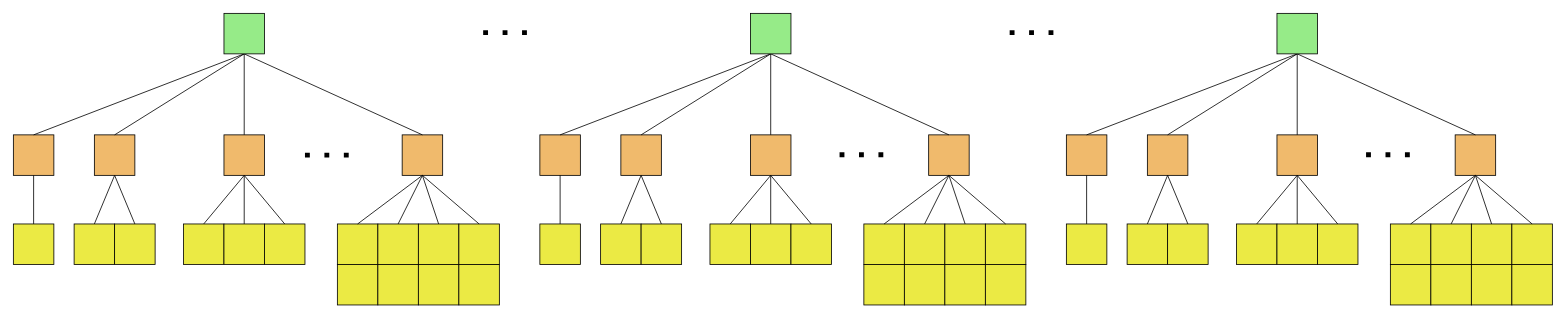
Before: page "ManyTasks" (3 of 27) of en/img/overlap.drawio in MK4H/DPText, a draw.io diagram. Source tidied: cells renumbered, new cells numbered last; positions are measured from the earlier drawing's top-left corner, leaving out a move shared by most shapes. Both pictures are drawn from the tidied source at 81%, with x=0, y=0 at pixel (13, 13).
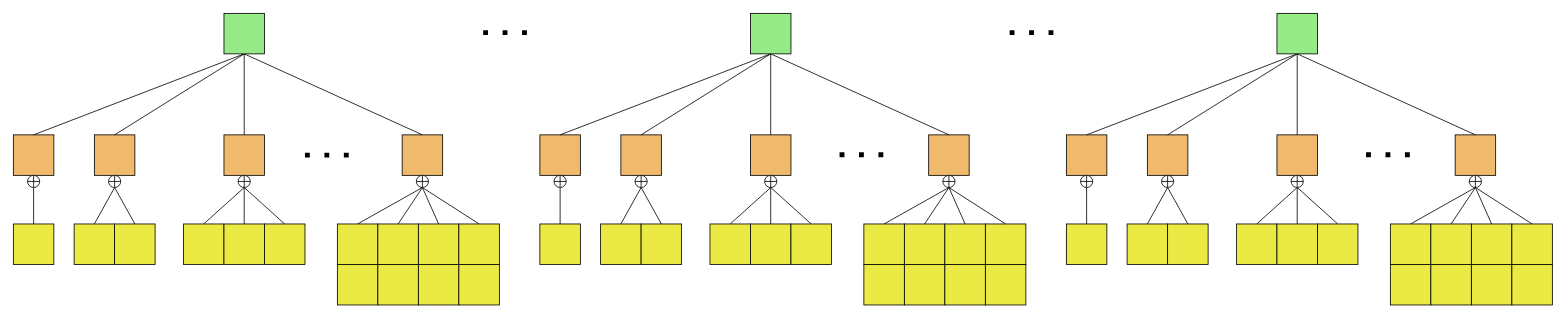
Above is the later version.

The change refers to these unchanged cells:
```xml
<mxCell id="2" style="rounded=0;whiteSpace=wrap;html=1;fillColor=#F0BA6C;" parent="1" vertex="1">
<mxCell id="3" style="rounded=0;whiteSpace=wrap;html=1;fillColor=#F0BA6C;" parent="1" vertex="1">
<mxCell id="4" style="rounded=0;whiteSpace=wrap;html=1;fillColor=#F0BA6C;" parent="1" vertex="1">
<mxCell id="5" style="rounded=0;whiteSpace=wrap;html=1;fillColor=#F0BA6C;" parent="1" vertex="1">
<mxCell id="6" style="rounded=0;whiteSpace=wrap;html=1;fillColor=#EBEA44;" parent="1" vertex="1">
<mxCell id="7" style="rounded=0;whiteSpace=wrap;html=1;fillColor=#EBEA44;" parent="1" vertex="1">
<mxCell id="8" style="rounded=0;whiteSpace=wrap;html=1;fillColor=#EBEA44;" parent="1" vertex="1">
<mxCell id="9" style="rounded=0;whiteSpace=wrap;html=1;fillColor=#EBEA44;" parent="1" vertex="1">
<mxCell id="10" style="rounded=0;whiteSpace=wrap;html=1;fillColor=#EBEA44;" parent="1" vertex="1">
<mxCell id="11" style="rounded=0;whiteSpace=wrap;html=1;fillColor=#EBEA44;" parent="1" vertex="1">
<mxCell id="12" style="rounded=0;whiteSpace=wrap;html=1;fillColor=#EBEA44;" parent="1" vertex="1">
<mxCell id="13" style="rounded=0;whiteSpace=wrap;html=1;fillColor=#EBEA44;" parent="1" vertex="1">
<mxCell id="14" style="rounded=0;whiteSpace=wrap;html=1;fillColor=#EBEA44;" parent="1" vertex="1">
<mxCell id="15" style="rounded=0;whiteSpace=wrap;html=1;fillColor=#EBEA44;" parent="1" vertex="1">
<mxCell id="36" style="rounded=0;whiteSpace=wrap;html=1;fillColor=#F0BA6C;" parent="1" vertex="1">
<mxCell id="37" style="rounded=0;whiteSpace=wrap;html=1;fillColor=#F0BA6C;" parent="1" vertex="1">
<mxCell id="38" style="rounded=0;whiteSpace=wrap;html=1;fillColor=#F0BA6C;" parent="1" vertex="1">
<mxCell id="39" style="rounded=0;whiteSpace=wrap;html=1;fillColor=#F0BA6C;" parent="1" vertex="1">
<mxCell id="40" style="rounded=0;whiteSpace=wrap;html=1;fillColor=#EBEA44;" parent="1" vertex="1">
<mxCell id="41" style="rounded=0;whiteSpace=wrap;html=1;fillColor=#EBEA44;" parent="1" vertex="1">
<mxCell id="42" style="rounded=0;whiteSpace=wrap;html=1;fillColor=#EBEA44;" parent="1" vertex="1">
<mxCell id="43" style="rounded=0;whiteSpace=wrap;html=1;fillColor=#EBEA44;" parent="1" vertex="1">
<mxCell id="44" style="rounded=0;whiteSpace=wrap;html=1;fillColor=#EBEA44;" parent="1" vertex="1">
<mxCell id="45" style="rounded=0;whiteSpace=wrap;html=1;fillColor=#EBEA44;" parent="1" vertex="1">
<mxCell id="46" style="rounded=0;whiteSpace=wrap;html=1;fillColor=#EBEA44;" parent="1" vertex="1">
<mxCell id="47" style="rounded=0;whiteSpace=wrap;html=1;fillColor=#EBEA44;" parent="1" vertex="1">
<mxCell id="48" style="rounded=0;whiteSpace=wrap;html=1;fillColor=#EBEA44;" parent="1" vertex="1">
<mxCell id="49" style="rounded=0;whiteSpace=wrap;html=1;fillColor=#EBEA44;" parent="1" vertex="1">
<mxCell id="69" style="rounded=0;whiteSpace=wrap;html=1;fillColor=#F0BA6C;" parent="1" vertex="1">
<mxCell id="70" style="rounded=0;whiteSpace=wrap;html=1;fillColor=#F0BA6C;" parent="1" vertex="1">
<mxCell id="71" style="rounded=0;whiteSpace=wrap;html=1;fillColor=#F0BA6C;" parent="1" vertex="1">
<mxCell id="72" style="rounded=0;whiteSpace=wrap;html=1;fillColor=#F0BA6C;" parent="1" vertex="1">
<mxCell id="73" style="rounded=0;whiteSpace=wrap;html=1;fillColor=#EBEA44;" parent="1" vertex="1">
<mxCell id="74" style="rounded=0;whiteSpace=wrap;html=1;fillColor=#EBEA44;" parent="1" vertex="1">
<mxCell id="75" style="rounded=0;whiteSpace=wrap;html=1;fillColor=#EBEA44;" parent="1" vertex="1">
<mxCell id="76" style="rounded=0;whiteSpace=wrap;html=1;fillColor=#EBEA44;" parent="1" vertex="1">
<mxCell id="77" style="rounded=0;whiteSpace=wrap;html=1;fillColor=#EBEA44;" parent="1" vertex="1">
<mxCell id="78" style="rounded=0;whiteSpace=wrap;html=1;fillColor=#EBEA44;" parent="1" vertex="1">
<mxCell id="79" style="rounded=0;whiteSpace=wrap;html=1;fillColor=#EBEA44;" parent="1" vertex="1">
<mxCell id="80" style="rounded=0;whiteSpace=wrap;html=1;fillColor=#EBEA44;" parent="1" vertex="1">
<mxCell id="81" style="rounded=0;whiteSpace=wrap;html=1;fillColor=#EBEA44;" parent="1" vertex="1">
<mxCell id="82" style="rounded=0;whiteSpace=wrap;html=1;fillColor=#EBEA44;" parent="1" vertex="1">
```

What changed in the source:
```diff
@@
-    <mxCell id="24" style="endArrow=none;html=1;rounded=0;exitX=0.5;exitY=0;exitDx=0;exitDy=0;entryX=0.5;entryY=1;entryDx=0;entryDy=0;" parent="1" edge="1" source="6" target="2">
+    <mxCell id="24" style="endArrow=none;html=1;rounded=0;exitX=0.5;exitY=0;exitDx=0;exitDy=0;entryX=0.5;entryY=1;entryDx=0;entryDy=0;" parent="1" edge="1" source="6" target="106">
       <mxGeometry relative="1" as="geometry" />
     </mxCell>
-    <mxCell id="25" style="endArrow=none;html=1;rounded=0;exitX=0.5;exitY=0;exitDx=0;exitDy=0;entryX=0.5;entryY=1;entryDx=0;entryDy=0;" parent="1" edge="1" source="7" target="3">
+    <mxCell id="25" style="endArrow=none;html=1;rounded=0;exitX=0.5;exitY=0;exitDx=0;exitDy=0;entryX=0.5;entryY=1;entryDx=0;entryDy=0;startArrow=none;" parent="1" edge="1" source="108" target="3">
       <mxGeometry relative="1" as="geometry" />
     </mxCell>
-    <mxCell id="26" style="endArrow=none;html=1;rounded=0;exitX=0.5;exitY=0;exitDx=0;exitDy=0;entryX=0.5;entryY=1;entryDx=0;entryDy=0;" parent="1" edge="1" source="8" target="3">
+    <mxCell id="26" style="endArrow=none;html=1;rounded=0;exitX=0.5;exitY=0;exitDx=0;exitDy=0;entryX=0.5;entryY=1;entryDx=0;entryDy=0;" parent="1" edge="1" source="8" target="108">
       <mxGeometry relative="1" as="geometry" />
     </mxCell>
-    <mxCell id="27" style="endArrow=none;html=1;rounded=0;exitX=0.5;exitY=0;exitDx=0;exitDy=0;entryX=0.5;entryY=1;entryDx=0;entryDy=0;" parent="1" edge="1" source="9" target="4">
+    <mxCell id="27" style="endArrow=none;html=1;rounded=0;exitX=0.5;exitY=0;exitDx=0;exitDy=0;entryX=0.5;entryY=1;entryDx=0;entryDy=0;" parent="1" edge="1" source="9" target="110">
       <mxGeometry relative="1" as="geometry" />
     </mxCell>
-    <mxCell id="28" style="endArrow=none;html=1;rounded=0;exitX=0.5;exitY=0;exitDx=0;exitDy=0;entryX=0.5;entryY=1;entryDx=0;entryDy=0;" parent="1" edge="1" source="10" target="4">
+    <mxCell id="28" style="endArrow=none;html=1;rounded=0;exitX=0.5;exitY=0;exitDx=0;exitDy=0;entryX=0.5;entryY=1;entryDx=0;entryDy=0;startArrow=none;" parent="1" edge="1" source="110" target="4">
       <mxGeometry relative="1" as="geometry" />
     </mxCell>
-    <mxCell id="29" style="endArrow=none;html=1;rounded=0;exitX=0.5;exitY=0;exitDx=0;exitDy=0;entryX=0.5;entryY=1;entryDx=0;entryDy=0;" parent="1" edge="1" source="11" target="4">
+    <mxCell id="29" style="endArrow=none;html=1;rounded=0;exitX=0.5;exitY=0;exitDx=0;exitDy=0;entryX=0.5;entryY=1;entryDx=0;entryDy=0;" parent="1" edge="1" source="11" target="110">
       <mxGeometry relative="1" as="geometry" />
     </mxCell>
-    <mxCell id="30" style="endArrow=none;html=1;rounded=0;exitX=0.5;exitY=0;exitDx=0;exitDy=0;entryX=0.5;entryY=1;entryDx=0;entryDy=0;" parent="1" edge="1" source="12" target="5">
+    <mxCell id="30" style="endArrow=none;html=1;rounded=0;exitX=0.5;exitY=0;exitDx=0;exitDy=0;entryX=0.5;entryY=1;entryDx=0;entryDy=0;" parent="1" edge="1" source="12" target="112">
       <mxGeometry relative="1" as="geometry" />
     </mxCell>
-    <mxCell id="31" style="endArrow=none;html=1;rounded=0;exitX=0.5;exitY=0;exitDx=0;exitDy=0;entryX=0.5;entryY=1;entryDx=0;entryDy=0;" parent="1" edge="1" source="13" target="5">
+    <mxCell id="31" style="endArrow=none;html=1;rounded=0;exitX=0.5;exitY=0;exitDx=0;exitDy=0;entryX=0.5;entryY=1;entryDx=0;entryDy=0;" parent="1" edge="1" source="13" target="112">
       <mxGeometry relative="1" as="geometry" />
     </mxCell>
-    <mxCell id="32" style="endArrow=none;html=1;rounded=0;exitX=0.5;exitY=0;exitDx=0;exitDy=0;entryX=0.5;entryY=1;entryDx=0;entryDy=0;" parent="1" edge="1" source="14" target="5">
+    <mxCell id="32" style="endArrow=none;html=1;rounded=0;exitX=0.5;exitY=0;exitDx=0;exitDy=0;entryX=0.5;entryY=1;entryDx=0;entryDy=0;startArrow=none;" parent="1" edge="1" source="112" target="5">
       <mxGeometry relative="1" as="geometry" />
     </mxCell>
-    <mxCell id="33" style="endArrow=none;html=1;rounded=0;exitX=0.5;exitY=0;exitDx=0;exitDy=0;entryX=0.5;entryY=1;entryDx=0;entryDy=0;" parent="1" edge="1" source="15" target="5">
+    <mxCell id="33" style="endArrow=none;html=1;rounded=0;exitX=0.5;exitY=0;exitDx=0;exitDy=0;entryX=0.5;entryY=1;entryDx=0;entryDy=0;" parent="1" edge="1" source="15" target="112">
       <mxGeometry relative="1" as="geometry" />
     </mxCell>
@@
-    <mxCell id="58" style="endArrow=none;html=1;rounded=0;exitX=0.5;exitY=0;exitDx=0;exitDy=0;entryX=0.5;entryY=1;entryDx=0;entryDy=0;" parent="1" edge="1" source="40" target="36">
+    <mxCell id="58" style="endArrow=none;html=1;rounded=0;exitX=0.5;exitY=0;exitDx=0;exitDy=0;entryX=0.5;entryY=1;entryDx=0;entryDy=0;" parent="1" edge="1" source="40" target="107">
       <mxGeometry relative="1" as="geometry" />
     </mxCell>
-    <mxCell id="59" style="endArrow=none;html=1;rounded=0;exitX=0.5;exitY=0;exitDx=0;exitDy=0;entryX=0.5;entryY=1;entryDx=0;entryDy=0;" parent="1" edge="1" source="41" target="37">
+    <mxCell id="59" style="endArrow=none;html=1;rounded=0;exitX=0.5;exitY=0;exitDx=0;exitDy=0;entryX=0.5;entryY=1;entryDx=0;entryDy=0;startArrow=none;" parent="1" edge="1" source="114" target="37">
       <mxGeometry relative="1" as="geometry" />
     </mxCell>
-    <mxCell id="60" style="endArrow=none;html=1;rounded=0;exitX=0.5;exitY=0;exitDx=0;exitDy=0;entryX=0.5;entryY=1;entryDx=0;entryDy=0;" parent="1" edge="1" source="42" target="37">
+    <mxCell id="60" style="endArrow=none;html=1;rounded=0;exitX=0.5;exitY=0;exitDx=0;exitDy=0;entryX=0.5;entryY=1;entryDx=0;entryDy=0;" parent="1" edge="1" source="42" target="114">
       <mxGeometry relative="1" as="geometry" />
     </mxCell>
-    <mxCell id="61" style="endArrow=none;html=1;rounded=0;exitX=0.5;exitY=0;exitDx=0;exitDy=0;entryX=0.5;entryY=1;entryDx=0;entryDy=0;" parent="1" edge="1" source="43" target="38">
+    <mxCell id="61" style="endArrow=none;html=1;rounded=0;exitX=0.5;exitY=0;exitDx=0;exitDy=0;entryX=0.5;entryY=1;entryDx=0;entryDy=0;" parent="1" edge="1" source="43" target="116">
       <mxGeometry relative="1" as="geometry" />
     </mxCell>
-    <mxCell id="62" style="endArrow=none;html=1;rounded=0;exitX=0.5;exitY=0;exitDx=0;exitDy=0;entryX=0.5;entryY=1;entryDx=0;entryDy=0;" parent="1" edge="1" source="44" target="38">
+    <mxCell id="62" style="endArrow=none;html=1;rounded=0;exitX=0.5;exitY=0;exitDx=0;exitDy=0;entryX=0.5;entryY=1;entryDx=0;entryDy=0;startArrow=none;" parent="1" edge="1" source="116" target="38">
       <mxGeometry relative="1" as="geometry" />
     </mxCell>
-    <mxCell id="63" style="endArrow=none;html=1;rounded=0;exitX=0.5;exitY=0;exitDx=0;exitDy=0;entryX=0.5;entryY=1;entryDx=0;entryDy=0;" parent="1" edge="1" source="45" target="38">
+    <mxCell id="63" style="endArrow=none;html=1;rounded=0;exitX=0.5;exitY=0;exitDx=0;exitDy=0;entryX=0.5;entryY=1;entryDx=0;entryDy=0;" parent="1" edge="1" source="45" target="116">
       <mxGeometry relative="1" as="geometry" />
     </mxCell>
-    <mxCell id="64" style="endArrow=none;html=1;rounded=0;exitX=0.5;exitY=0;exitDx=0;exitDy=0;entryX=0.5;entryY=1;entryDx=0;entryDy=0;" parent="1" edge="1" source="46" target="39">
+    <mxCell id="64" style="endArrow=none;html=1;rounded=0;exitX=0.5;exitY=0;exitDx=0;exitDy=0;entryX=0.5;entryY=1;entryDx=0;entryDy=0;" parent="1" edge="1" source="46" target="118">
       <mxGeometry relative="1" as="geometry" />
     </mxCell>
-    <mxCell id="65" style="endArrow=none;html=1;rounded=0;exitX=0.5;exitY=0;exitDx=0;exitDy=0;entryX=0.5;entryY=1;entryDx=0;entryDy=0;" parent="1" edge="1" source="47" target="39">
+    <mxCell id="65" style="endArrow=none;html=1;rounded=0;exitX=0.5;exitY=0;exitDx=0;exitDy=0;entryX=0.5;entryY=1;entryDx=0;entryDy=0;startArrow=none;" parent="1" edge="1" source="118" target="39">
       <mxGeometry relative="1" as="geometry" />
     </mxCell>
-    <mxCell id="66" style="endArrow=none;html=1;rounded=0;exitX=0.5;exitY=0;exitDx=0;exitDy=0;entryX=0.5;entryY=1;entryDx=0;entryDy=0;" parent="1" edge="1" source="48" target="39">
+    <mxCell id="66" style="endArrow=none;html=1;rounded=0;exitX=0.5;exitY=0;exitDx=0;exitDy=0;entryX=0.5;entryY=1;entryDx=0;entryDy=0;" parent="1" edge="1" source="48" target="118">
       <mxGeometry relative="1" as="geometry" />
     </mxCell>
-    <mxCell id="67" style="endArrow=none;html=1;rounded=0;exitX=0.5;exitY=0;exitDx=0;exitDy=0;entryX=0.5;entryY=1;entryDx=0;entryDy=0;" parent="1" edge="1" source="49" target="39">
+    <mxCell id="67" style="endArrow=none;html=1;rounded=0;exitX=0.5;exitY=0;exitDx=0;exitDy=0;entryX=0.5;entryY=1;entryDx=0;entryDy=0;" parent="1" edge="1" source="49" target="118">
       <mxGeometry relative="1" as="geometry" />
     </mxCell>
@@
-    <mxCell id="91" style="endArrow=none;html=1;rounded=0;exitX=0.5;exitY=0;exitDx=0;exitDy=0;entryX=0.5;entryY=1;entryDx=0;entryDy=0;" parent="1" edge="1" source="73" target="69">
+    <mxCell id="91" style="endArrow=none;html=1;rounded=0;exitX=0.5;exitY=0;exitDx=0;exitDy=0;entryX=0.5;entryY=1;entryDx=0;entryDy=0;startArrow=none;" parent="1" edge="1" source="120" target="69">
       <mxGeometry relative="1" as="geometry" />
     </mxCell>
-    <mxCell id="92" style="endArrow=none;html=1;rounded=0;exitX=0.5;exitY=0;exitDx=0;exitDy=0;entryX=0.5;entryY=1;entryDx=0;entryDy=0;" parent="1" edge="1" source="74" target="70">
+    <mxCell id="92" style="endArrow=none;html=1;rounded=0;exitX=0.5;exitY=0;exitDx=0;exitDy=0;entryX=0.5;entryY=1;entryDx=0;entryDy=0;startArrow=none;" parent="1" edge="1" source="123" target="70">
       <mxGeometry relative="1" as="geometry" />
     </mxCell>
-    <mxCell id="93" style="endArrow=none;html=1;rounded=0;exitX=0.5;exitY=0;exitDx=0;exitDy=0;entryX=0.5;entryY=1;entryDx=0;entryDy=0;" parent="1" edge="1" source="75" target="70">
+    <mxCell id="93" style="endArrow=none;html=1;rounded=0;exitX=0.5;exitY=0;exitDx=0;exitDy=0;entryX=0.5;entryY=1;entryDx=0;entryDy=0;startArrow=none;" parent="1" edge="1" source="123" target="70">
       <mxGeometry relative="1" as="geometry" />
     </mxCell>
-    <mxCell id="94" style="endArrow=none;html=1;rounded=0;exitX=0.5;exitY=0;exitDx=0;exitDy=0;entryX=0.5;entryY=1;entryDx=0;entryDy=0;" parent="1" edge="1" source="76" target="71">
+    <mxCell id="94" style="endArrow=none;html=1;rounded=0;exitX=0.5;exitY=0;exitDx=0;exitDy=0;entryX=0.5;entryY=1;entryDx=0;entryDy=0;startArrow=none;" parent="1" edge="1" source="127" target="71">
       <mxGeometry relative="1" as="geometry" />
     </mxCell>
-    <mxCell id="95" style="endArrow=none;html=1;rounded=0;exitX=0.5;exitY=0;exitDx=0;exitDy=0;entryX=0.5;entryY=1;entryDx=0;entryDy=0;" parent="1" edge="1" source="77" target="71">
+    <mxCell id="95" style="endArrow=none;html=1;rounded=0;exitX=0.5;exitY=0;exitDx=0;exitDy=0;entryX=0.5;entryY=1;entryDx=0;entryDy=0;startArrow=none;" parent="1" edge="1" source="127" target="71">
       <mxGeometry relative="1" as="geometry" />
     </mxCell>
-    <mxCell id="96" style="endArrow=none;html=1;rounded=0;exitX=0.5;exitY=0;exitDx=0;exitDy=0;entryX=0.5;entryY=1;entryDx=0;entryDy=0;" parent="1" edge="1" source="78" target="71">
+    <mxCell id="96" style="endArrow=none;html=1;rounded=0;exitX=0.5;exitY=0;exitDx=0;exitDy=0;entryX=0.5;entryY=1;entryDx=0;entryDy=0;startArrow=none;" parent="1" edge="1" source="127" target="71">
       <mxGeometry relative="1" as="geometry" />
     </mxCell>
-    <mxCell id="97" style="endArrow=none;html=1;rounded=0;exitX=0.5;exitY=0;exitDx=0;exitDy=0;entryX=0.5;entryY=1;entryDx=0;entryDy=0;" parent="1" edge="1" source="79" target="72">
+    <mxCell id="97" style="endArrow=none;html=1;rounded=0;exitX=0.5;exitY=0;exitDx=0;exitDy=0;entryX=0.5;entryY=1;entryDx=0;entryDy=0;startArrow=none;" parent="1" edge="1" source="132" target="72">
       <mxGeometry relative="1" as="geometry" />
     </mxCell>
-    <mxCell id="98" style="endArrow=none;html=1;rounded=0;exitX=0.5;exitY=0;exitDx=0;exitDy=0;entryX=0.5;entryY=1;entryDx=0;entryDy=0;" parent="1" edge="1" source="80" target="72">
+    <mxCell id="98" style="endArrow=none;html=1;rounded=0;exitX=0.5;exitY=0;exitDx=0;exitDy=0;entryX=0.5;entryY=1;entryDx=0;entryDy=0;startArrow=none;" parent="1" edge="1" source="132" target="72">
       <mxGeometry relative="1" as="geometry" />
     </mxCell>
-    <mxCell id="99" style="endArrow=none;html=1;rounded=0;exitX=0.5;exitY=0;exitDx=0;exitDy=0;entryX=0.5;entryY=1;entryDx=0;entryDy=0;" parent="1" edge="1" source="81" target="72">
+    <mxCell id="99" style="endArrow=none;html=1;rounded=0;exitX=0.5;exitY=0;exitDx=0;exitDy=0;entryX=0.5;entryY=1;entryDx=0;entryDy=0;startArrow=none;" parent="1" edge="1" source="132" target="72">
       <mxGeometry relative="1" as="geometry" />
     </mxCell>
-    <mxCell id="100" style="endArrow=none;html=1;rounded=0;exitX=0.5;exitY=0;exitDx=0;exitDy=0;entryX=0.5;entryY=1;entryDx=0;entryDy=0;" parent="1" edge="1" source="82" target="72">
+    <mxCell id="100" style="endArrow=none;html=1;rounded=0;exitX=0.5;exitY=0;exitDx=0;exitDy=0;entryX=0.5;entryY=1;entryDx=0;entryDy=0;startArrow=none;" parent="1" edge="1" source="132" target="72">
       <mxGeometry relative="1" as="geometry" />
     </mxCell>
@@
+    <mxCell id="106" style="shape=orEllipse;perimeter=ellipsePerimeter;whiteSpace=wrap;html=1;backgroundOutline=1;" parent="1" vertex="1">
+      <mxGeometry x="17.5" y="200" width="15" height="15" as="geometry" />
+    </mxCell>
+    <mxCell id="107" style="shape=orEllipse;perimeter=ellipsePerimeter;whiteSpace=wrap;html=1;backgroundOutline=1;" parent="1" vertex="1">
+      <mxGeometry x="667.5" y="200" width="15" height="15" as="geometry" />
+    </mxCell>
+    <mxCell id="108" style="shape=orEllipse;perimeter=ellipsePerimeter;whiteSpace=wrap;html=1;backgroundOutline=1;" parent="1" vertex="1">
+      <mxGeometry x="117.5" y="200" width="15" height="15" as="geometry" />
+    </mxCell>
+    <mxCell id="109" style="endArrow=none;html=1;rounded=0;exitX=0.5;exitY=0;exitDx=0;exitDy=0;entryX=0.5;entryY=1;entryDx=0;entryDy=0;" parent="1" edge="1" source="7" target="108">
+      <mxGeometry relative="1" as="geometry" />
+    </mxCell>
+    <mxCell id="110" style="shape=orEllipse;perimeter=ellipsePerimeter;whiteSpace=wrap;html=1;backgroundOutline=1;" parent="1" vertex="1">
+      <mxGeometry x="277.5" y="200" width="15" height="15" as="geometry" />
+    </mxCell>
+    <mxCell id="111" style="endArrow=none;html=1;rounded=0;exitX=0.5;exitY=0;exitDx=0;exitDy=0;entryX=0.5;entryY=1;entryDx=0;entryDy=0;" parent="1" edge="1" source="10" target="110">
+      <mxGeometry relative="1" as="geometry" />
+    </mxCell>
+    <mxCell id="112" style="shape=orEllipse;perimeter=ellipsePerimeter;whiteSpace=wrap;html=1;backgroundOutline=1;" parent="1" vertex="1">
+      <mxGeometry x="497.5" y="200" width="15" height="15" as="geometry" />
+    </mxCell>
+    <mxCell id="113" style="endArrow=none;html=1;rounded=0;exitX=0.5;exitY=0;exitDx=0;exitDy=0;entryX=0.5;entryY=1;entryDx=0;entryDy=0;" parent="1" edge="1" source="14" target="112">
+      <mxGeometry relative="1" as="geometry" />
+    </mxCell>
+    <mxCell id="114" style="shape=orEllipse;perimeter=ellipsePerimeter;whiteSpace=wrap;html=1;backgroundOutline=1;" parent="1" vertex="1">
+      <mxGeometry x="767.5" y="200" width="15" height="15" as="geometry" />
+    </mxCell>
+    <mxCell id="115" style="endArrow=none;html=1;rounded=0;exitX=0.5;exitY=0;exitDx=0;exitDy=0;entryX=0.5;entryY=1;entryDx=0;entryDy=0;" parent="1" edge="1" source="41" target="114">
+      <mxGeometry relative="1" as="geometry" />
+    </mxCell>
+    <mxCell id="116" style="shape=orEllipse;perimeter=ellipsePerimeter;whiteSpace=wrap;html=1;backgroundOutline=1;" parent="1" vertex="1">
+      <mxGeometry x="927.5" y="200" width="15" height="15" as="geometry" />
+    </mxCell>
+    <mxCell id="117" style="endArrow=none;html=1;rounded=0;exitX=0.5;exitY=0;exitDx=0;exitDy=0;entryX=0.5;entryY=1;entryDx=0;entryDy=0;" parent="1" edge="1" source="44" target="116">
+      <mxGeometry relative="1" as="geometry" />
+    </mxCell>
+    <mxCell id="118" style="shape=orEllipse;perimeter=ellipsePerimeter;whiteSpace=wrap;html=1;backgroundOutline=1;" parent="1" vertex="1">
+      <mxGeometry x="1147.5" y="200" width="15" height="15" as="geometry" />
+    </mxCell>
+    <mxCell id="119" style="endArrow=none;html=1;rounded=0;exitX=0.5;exitY=0;exitDx=0;exitDy=0;entryX=0.5;entryY=1;entryDx=0;entryDy=0;" parent="1" edge="1" source="47" target="118">
+      <mxGeometry relative="1" as="geometry" />
+    </mxCell>
+    <mxCell id="120" style="shape=orEllipse;perimeter=ellipsePerimeter;whiteSpace=wrap;html=1;backgroundOutline=1;" parent="1" vertex="1">
+      <mxGeometry x="1317.5" y="200" width="15" height="15" as="geometry" />
+    </mxCell>
+    <mxCell id="121" style="endArrow=none;html=1;rounded=0;exitX=0.5;exitY=0;exitDx=0;exitDy=0;entryX=0.5;entryY=1;entryDx=0;entryDy=0;" parent="1" edge="1" source="73" target="120">
+      <mxGeometry relative="1" as="geometry" />
+    </mxCell>
+    <mxCell id="122" style="endArrow=none;html=1;rounded=0;exitX=0.5;exitY=0;exitDx=0;exitDy=0;entryX=0.5;entryY=1;entryDx=0;entryDy=0;" parent="1" edge="1" source="75" target="123">
+      <mxGeometry relative="1" as="geometry" />
+    </mxCell>
+    <mxCell id="123" style="shape=orEllipse;perimeter=ellipsePerimeter;whiteSpace=wrap;html=1;backgroundOutline=1;" parent="1" vertex="1">
+      <mxGeometry x="1417.5" y="200" width="15" height="15" as="geometry" />
+    </mxCell>
+    <mxCell id="124" style="endArrow=none;html=1;rounded=0;exitX=0.5;exitY=0;exitDx=0;exitDy=0;entryX=0.5;entryY=1;entryDx=0;entryDy=0;" parent="1" edge="1" source="74" target="123">
+      <mxGeometry relative="1" as="geometry" />
+    </mxCell>
+    <mxCell id="125" style="endArrow=none;html=1;rounded=0;exitX=0.5;exitY=0;exitDx=0;exitDy=0;entryX=0.5;entryY=1;entryDx=0;entryDy=0;" parent="1" edge="1" source="77" target="127">
+      <mxGeometry relative="1" as="geometry" />
+    </mxCell>
+    <mxCell id="126" style="endArrow=none;html=1;rounded=0;exitX=0.5;exitY=0;exitDx=0;exitDy=0;entryX=0.5;entryY=1;entryDx=0;entryDy=0;" parent="1" edge="1" source="76" target="127">
+      <mxGeometry relative="1" as="geometry" />
+    </mxCell>
+    <mxCell id="127" style="shape=orEllipse;perimeter=ellipsePerimeter;whiteSpace=wrap;html=1;backgroundOutline=1;" parent="1" vertex="1">
+      <mxGeometry x="1577.5" y="200" width="15" height="15" as="geometry" />
+    </mxCell>
+    <mxCell id="128" style="endArrow=none;html=1;rounded=0;exitX=0.5;exitY=0;exitDx=0;exitDy=0;entryX=0.5;entryY=1;entryDx=0;entryDy=0;" parent="1" edge="1" source="78" target="127">
+      <mxGeometry relative="1" as="geometry" />
+    </mxCell>
+    <mxCell id="129" style="endArrow=none;html=1;rounded=0;exitX=0.5;exitY=0;exitDx=0;exitDy=0;entryX=0.5;entryY=1;entryDx=0;entryDy=0;" parent="1" edge="1" source="80" target="132">
+      <mxGeometry relative="1" as="geometry" />
+    </mxCell>
+    <mxCell id="130" style="endArrow=none;html=1;rounded=0;exitX=0.5;exitY=0;exitDx=0;exitDy=0;entryX=0.5;entryY=1;entryDx=0;entryDy=0;" parent="1" edge="1" source="81" target="132">
+      <mxGeometry relative="1" as="geometry" />
+    </mxCell>
+    <mxCell id="131" style="endArrow=none;html=1;rounded=0;exitX=0.5;exitY=0;exitDx=0;exitDy=0;entryX=0.5;entryY=1;entryDx=0;entryDy=0;" parent="1" edge="1" source="82" target="132">
+      <mxGeometry relative="1" as="geometry" />
+    </mxCell>
+    <mxCell id="132" style="shape=orEllipse;perimeter=ellipsePerimeter;whiteSpace=wrap;html=1;backgroundOutline=1;" parent="1" vertex="1">
+      <mxGeometry x="1797.5" y="200" width="15" height="15" as="geometry" />
+    </mxCell>
+    <mxCell id="133" style="endArrow=none;html=1;rounded=0;exitX=0.5;exitY=0;exitDx=0;exitDy=0;entryX=0.5;entryY=1;entryDx=0;entryDy=0;" parent="1" edge="1" source="79" target="132">
+      <mxGeometry relative="1" as="geometry" />
+    </mxCell>
```
